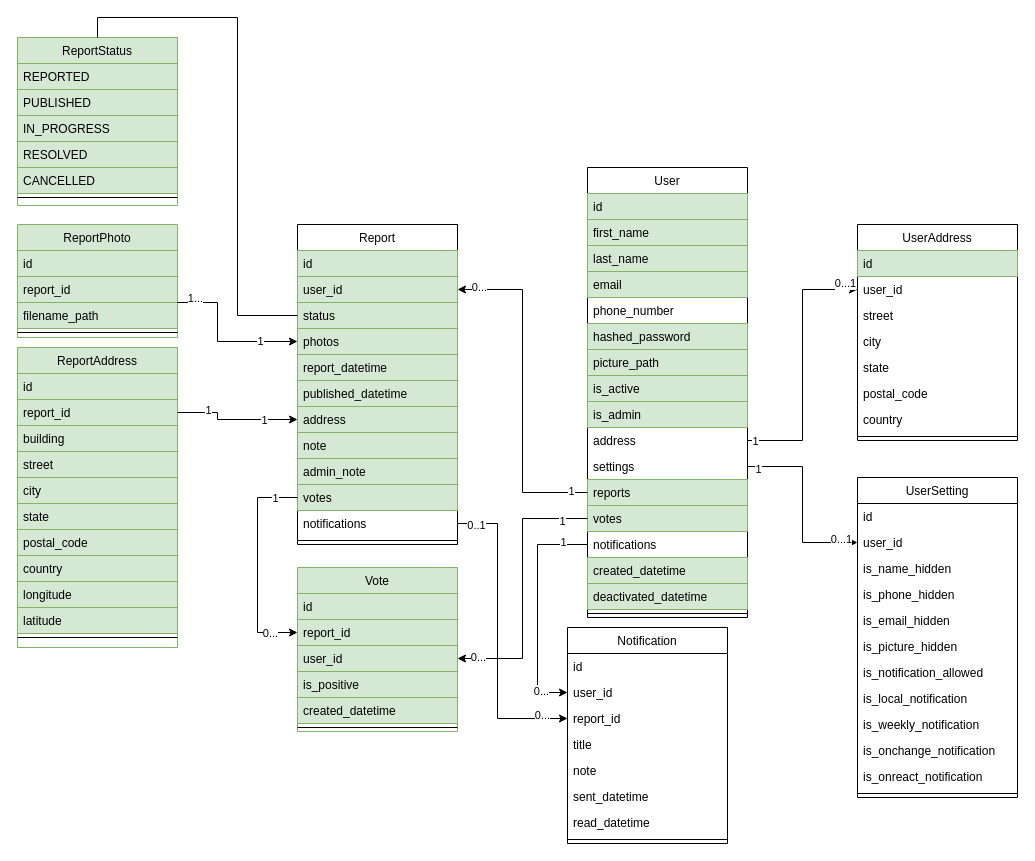
Before: backend/classes.drawio in Yessirskiy/MTAAProject25, a draw.io diagram. Source tidied: cells renumbered, new cells numbered last; positions are measured from the earlier drawing's top-left corner, leaving out a move shared by most shapes. Both pictures are drawn from the tidied source at 100%, with x=0, y=0 at pixel (17, 37).
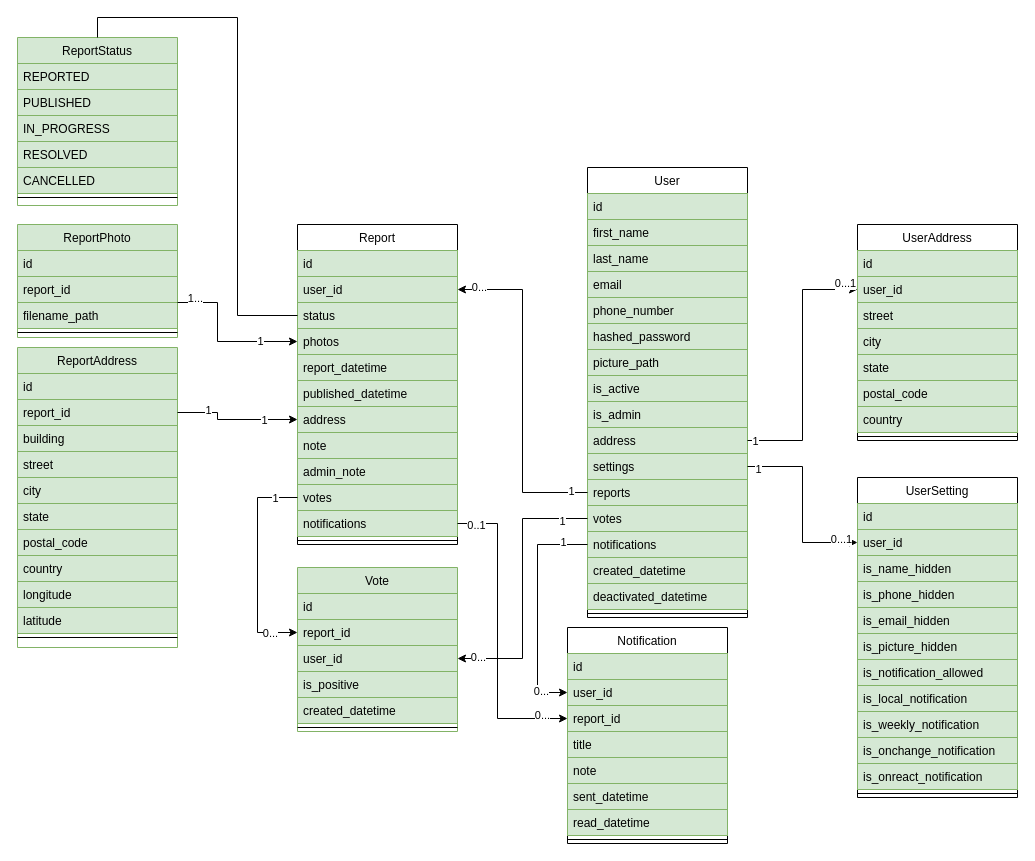
The same diagram, later.

Commit message (it also covers changes not shown here):
Added UserAddress, UserSettings and Notifications models and schemas and updated the user CRUD, also added a getSettings endpoint.

The change refers to these unchanged cells:
```xml
<mxCell id="2" value="User" style="swimlane;fontStyle=0;align=center;verticalAlign=top;horizontal=1;startSize=26;rounded=0;shadow=0;strokeWidth=1;" parent="1" vertex="1">
  <mxGeometry x="570" y="130" width="160" height="450" as="geometry" />
</mxCell>
<mxCell id="20" value="UserAddress" style="swimlane;fontStyle=0;align=center;verticalAlign=top;horizontal=1;startSize=26;rounded=0;shadow=0;strokeWidth=1;" parent="1" vertex="1">
  <mxGeometry x="840" y="187" width="160" height="216" as="geometry" />
</mxCell>
<mxCell id="32" value="UserSetting" style="swimlane;fontStyle=0;align=center;verticalAlign=top;horizontal=1;startSize=26;rounded=0;shadow=0;strokeWidth=1;" parent="1" vertex="1">
  <mxGeometry x="840" y="440" width="160" height="320" as="geometry" />
</mxCell>
<mxCell id="48" value="Report" style="swimlane;fontStyle=0;align=center;verticalAlign=top;horizontal=1;startSize=26;rounded=0;shadow=0;strokeWidth=1;" parent="1" vertex="1">
  <mxGeometry x="280" y="187" width="160" height="320" as="geometry" />
</mxCell>
<mxCell id="108" value="Notification" style="swimlane;fontStyle=0;align=center;verticalAlign=top;horizontal=1;startSize=26;rounded=0;shadow=0;strokeWidth=1;" parent="1" vertex="1">
  <mxGeometry x="550" y="590" width="160" height="216" as="geometry" />
</mxCell>
```

What changed in the source:
```diff
@@
-    <mxCell id="7" value="phone_number" style="text;align=left;verticalAlign=top;spacingLeft=4;spacingRight=4;overflow=hidden;rounded=0;shadow=0;html=0;" parent="2" vertex="1">
+    <mxCell id="7" value="phone_number" style="text;align=left;verticalAlign=top;spacingLeft=4;spacingRight=4;overflow=hidden;rounded=0;shadow=0;html=0;fillColor=#d5e8d4;strokeColor=#82b366;" parent="2" vertex="1">
       <mxGeometry y="130" width="160" height="26" as="geometry" />
     </mxCell>
@@
-    <mxCell id="12" value="address" style="text;align=left;verticalAlign=top;spacingLeft=4;spacingRight=4;overflow=hidden;points=[[0,0.5],[1,0.5]];portConstraint=eastwest;rounded=0;shadow=0;html=0;" parent="2" vertex="1">
+    <mxCell id="12" value="address" style="text;align=left;verticalAlign=top;spacingLeft=4;spacingRight=4;overflow=hidden;points=[[0,0.5],[1,0.5]];portConstraint=eastwest;rounded=0;shadow=0;html=0;fillColor=#d5e8d4;strokeColor=#82b366;" parent="2" vertex="1">
       <mxGeometry y="260" width="160" height="26" as="geometry" />
     </mxCell>
-    <mxCell id="13" value="settings" style="text;align=left;verticalAlign=top;spacingLeft=4;spacingRight=4;overflow=hidden;points=[[0,0.5],[1,0.5]];portConstraint=eastwest;rounded=0;shadow=0;html=0;" parent="2" vertex="1">
+    <mxCell id="13" value="settings" style="text;align=left;verticalAlign=top;spacingLeft=4;spacingRight=4;overflow=hidden;points=[[0,0.5],[1,0.5]];portConstraint=eastwest;rounded=0;shadow=0;html=0;fillColor=#d5e8d4;strokeColor=#82b366;" parent="2" vertex="1">
       <mxGeometry y="286" width="160" height="26" as="geometry" />
     </mxCell>
@@
-    <mxCell id="16" value="notifications" style="text;align=left;verticalAlign=top;spacingLeft=4;spacingRight=4;overflow=hidden;points=[[0,0.5],[1,0.5]];portConstraint=eastwest;rounded=0;shadow=0;html=0;" parent="2" vertex="1">
+    <mxCell id="16" value="notifications" style="text;align=left;verticalAlign=top;spacingLeft=4;spacingRight=4;overflow=hidden;points=[[0,0.5],[1,0.5]];portConstraint=eastwest;rounded=0;shadow=0;html=0;fillColor=#d5e8d4;strokeColor=#82b366;" parent="2" vertex="1">
       <mxGeometry y="364" width="160" height="26" as="geometry" />
     </mxCell>
@@
-    <mxCell id="22" value="user_id" style="text;align=left;verticalAlign=top;spacingLeft=4;spacingRight=4;overflow=hidden;points=[[0,0.5],[1,0.5]];portConstraint=eastwest;" parent="20" vertex="1">
+    <mxCell id="22" value="user_id" style="text;align=left;verticalAlign=top;spacingLeft=4;spacingRight=4;overflow=hidden;points=[[0,0.5],[1,0.5]];portConstraint=eastwest;fillColor=#d5e8d4;strokeColor=#82b366;" parent="20" vertex="1">
       <mxGeometry y="52" width="160" height="26" as="geometry" />
     </mxCell>
-    <mxCell id="23" value="street" style="text;align=left;verticalAlign=top;spacingLeft=4;spacingRight=4;overflow=hidden;" parent="20" vertex="1">
+    <mxCell id="23" value="street" style="text;align=left;verticalAlign=top;spacingLeft=4;spacingRight=4;overflow=hidden;fillColor=#d5e8d4;strokeColor=#82b366;" parent="20" vertex="1">
       <mxGeometry y="78" width="160" height="26" as="geometry" />
     </mxCell>
-    <mxCell id="24" value="city" style="text;align=left;verticalAlign=top;spacingLeft=4;spacingRight=4;overflow=hidden;rounded=0;shadow=0;html=0;" parent="20" vertex="1">
+    <mxCell id="24" value="city" style="text;align=left;verticalAlign=top;spacingLeft=4;spacingRight=4;overflow=hidden;rounded=0;shadow=0;html=0;fillColor=#d5e8d4;strokeColor=#82b366;" parent="20" vertex="1">
       <mxGeometry y="104" width="160" height="26" as="geometry" />
     </mxCell>
-    <mxCell id="25" value="state" style="text;align=left;verticalAlign=top;spacingLeft=4;spacingRight=4;overflow=hidden;rounded=0;shadow=0;html=0;" parent="20" vertex="1">
+    <mxCell id="25" value="state" style="text;align=left;verticalAlign=top;spacingLeft=4;spacingRight=4;overflow=hidden;rounded=0;shadow=0;html=0;fillColor=#d5e8d4;strokeColor=#82b366;" parent="20" vertex="1">
       <mxGeometry y="130" width="160" height="26" as="geometry" />
     </mxCell>
-    <mxCell id="26" value="postal_code" style="text;align=left;verticalAlign=top;spacingLeft=4;spacingRight=4;overflow=hidden;rounded=0;shadow=0;html=0;" parent="20" vertex="1">
+    <mxCell id="26" value="postal_code" style="text;align=left;verticalAlign=top;spacingLeft=4;spacingRight=4;overflow=hidden;rounded=0;shadow=0;html=0;fillColor=#d5e8d4;strokeColor=#82b366;" parent="20" vertex="1">
       <mxGeometry y="156" width="160" height="26" as="geometry" />
     </mxCell>
-    <mxCell id="27" value="country" style="text;align=left;verticalAlign=top;spacingLeft=4;spacingRight=4;overflow=hidden;rounded=0;shadow=0;html=0;" parent="20" vertex="1">
+    <mxCell id="27" value="country" style="text;align=left;verticalAlign=top;spacingLeft=4;spacingRight=4;overflow=hidden;rounded=0;shadow=0;html=0;fillColor=#d5e8d4;strokeColor=#82b366;" parent="20" vertex="1">
       <mxGeometry y="182" width="160" height="26" as="geometry" />
     </mxCell>
@@
-    <mxCell id="33" value="id" style="text;align=left;verticalAlign=top;spacingLeft=4;spacingRight=4;overflow=hidden;" parent="32" vertex="1">
+    <mxCell id="33" value="id" style="text;align=left;verticalAlign=top;spacingLeft=4;spacingRight=4;overflow=hidden;fillColor=#d5e8d4;strokeColor=#82b366;" parent="32" vertex="1">
       <mxGeometry y="26" width="160" height="26" as="geometry" />
     </mxCell>
-    <mxCell id="34" value="user_id" style="text;align=left;verticalAlign=top;spacingLeft=4;spacingRight=4;overflow=hidden;points=[[0,0.5],[1,0.5]];portConstraint=eastwest;" parent="32" vertex="1">
+    <mxCell id="34" value="user_id" style="text;align=left;verticalAlign=top;spacingLeft=4;spacingRight=4;overflow=hidden;points=[[0,0.5],[1,0.5]];portConstraint=eastwest;fillColor=#d5e8d4;strokeColor=#82b366;" parent="32" vertex="1">
       <mxGeometry y="52" width="160" height="26" as="geometry" />
     </mxCell>
-    <mxCell id="35" value="is_name_hidden" style="text;align=left;verticalAlign=top;spacingLeft=4;spacingRight=4;overflow=hidden;" parent="32" vertex="1">
+    <mxCell id="35" value="is_name_hidden" style="text;align=left;verticalAlign=top;spacingLeft=4;spacingRight=4;overflow=hidden;fillColor=#d5e8d4;strokeColor=#82b366;" parent="32" vertex="1">
       <mxGeometry y="78" width="160" height="26" as="geometry" />
     </mxCell>
-    <mxCell id="36" value="is_phone_hidden" style="text;align=left;verticalAlign=top;spacingLeft=4;spacingRight=4;overflow=hidden;" parent="32" vertex="1">
+    <mxCell id="36" value="is_phone_hidden" style="text;align=left;verticalAlign=top;spacingLeft=4;spacingRight=4;overflow=hidden;fillColor=#d5e8d4;strokeColor=#82b366;" parent="32" vertex="1">
       <mxGeometry y="104" width="160" height="26" as="geometry" />
     </mxCell>
-    <mxCell id="37" value="is_email_hidden" style="text;align=left;verticalAlign=top;spacingLeft=4;spacingRight=4;overflow=hidden;" parent="32" vertex="1">
+    <mxCell id="37" value="is_email_hidden" style="text;align=left;verticalAlign=top;spacingLeft=4;spacingRight=4;overflow=hidden;fillColor=#d5e8d4;strokeColor=#82b366;" parent="32" vertex="1">
       <mxGeometry y="130" width="160" height="26" as="geometry" />
     </mxCell>
-    <mxCell id="38" value="is_picture_hidden" style="text;align=left;verticalAlign=top;spacingLeft=4;spacingRight=4;overflow=hidden;" parent="32" vertex="1">
+    <mxCell id="38" value="is_picture_hidden" style="text;align=left;verticalAlign=top;spacingLeft=4;spacingRight=4;overflow=hidden;fillColor=#d5e8d4;strokeColor=#82b366;" parent="32" vertex="1">
       <mxGeometry y="156" width="160" height="26" as="geometry" />
     </mxCell>
-    <mxCell id="39" value="is_notification_allowed" style="text;align=left;verticalAlign=top;spacingLeft=4;spacingRight=4;overflow=hidden;" parent="32" vertex="1">
+    <mxCell id="39" value="is_notification_allowed" style="text;align=left;verticalAlign=top;spacingLeft=4;spacingRight=4;overflow=hidden;fillColor=#d5e8d4;strokeColor=#82b366;" parent="32" vertex="1">
       <mxGeometry y="182" width="160" height="26" as="geometry" />
     </mxCell>
-    <mxCell id="40" value="is_local_notification" style="text;align=left;verticalAlign=top;spacingLeft=4;spacingRight=4;overflow=hidden;" parent="32" vertex="1">
+    <mxCell id="40" value="is_local_notification" style="text;align=left;verticalAlign=top;spacingLeft=4;spacingRight=4;overflow=hidden;fillColor=#d5e8d4;strokeColor=#82b366;" parent="32" vertex="1">
       <mxGeometry y="208" width="160" height="26" as="geometry" />
     </mxCell>
-    <mxCell id="41" value="is_weekly_notification" style="text;align=left;verticalAlign=top;spacingLeft=4;spacingRight=4;overflow=hidden;" parent="32" vertex="1">
+    <mxCell id="41" value="is_weekly_notification" style="text;align=left;verticalAlign=top;spacingLeft=4;spacingRight=4;overflow=hidden;fillColor=#d5e8d4;strokeColor=#82b366;" parent="32" vertex="1">
       <mxGeometry y="234" width="160" height="26" as="geometry" />
     </mxCell>
-    <mxCell id="42" value="is_onchange_notification" style="text;align=left;verticalAlign=top;spacingLeft=4;spacingRight=4;overflow=hidden;" parent="32" vertex="1">
+    <mxCell id="42" value="is_onchange_notification" style="text;align=left;verticalAlign=top;spacingLeft=4;spacingRight=4;overflow=hidden;fillColor=#d5e8d4;strokeColor=#82b366;" parent="32" vertex="1">
       <mxGeometry y="260" width="160" height="26" as="geometry" />
     </mxCell>
-    <mxCell id="43" value="is_onreact_notification" style="text;align=left;verticalAlign=top;spacingLeft=4;spacingRight=4;overflow=hidden;" parent="32" vertex="1">
+    <mxCell id="43" value="is_onreact_notification" style="text;align=left;verticalAlign=top;spacingLeft=4;spacingRight=4;overflow=hidden;fillColor=#d5e8d4;strokeColor=#82b366;" parent="32" vertex="1">
       <mxGeometry y="286" width="160" height="26" as="geometry" />
     </mxCell>
@@
-    <mxCell id="59" value="notifications" style="text;align=left;verticalAlign=top;spacingLeft=4;spacingRight=4;overflow=hidden;points=[[0,0.5],[1,0.5]];portConstraint=eastwest;rounded=0;shadow=0;html=0;" parent="48" vertex="1">
+    <mxCell id="59" value="notifications" style="text;align=left;verticalAlign=top;spacingLeft=4;spacingRight=4;overflow=hidden;points=[[0,0.5],[1,0.5]];portConstraint=eastwest;rounded=0;shadow=0;html=0;fillColor=#d5e8d4;strokeColor=#82b366;" parent="48" vertex="1">
       <mxGeometry y="286" width="160" height="26" as="geometry" />
     </mxCell>
@@
-    <mxCell id="109" value="id" style="text;align=left;verticalAlign=top;spacingLeft=4;spacingRight=4;overflow=hidden;" parent="108" vertex="1">
+    <mxCell id="109" value="id" style="text;align=left;verticalAlign=top;spacingLeft=4;spacingRight=4;overflow=hidden;fillColor=#d5e8d4;strokeColor=#82b366;" parent="108" vertex="1">
       <mxGeometry y="26" width="160" height="26" as="geometry" />
     </mxCell>
-    <mxCell id="110" value="user_id" style="text;align=left;verticalAlign=top;spacingLeft=4;spacingRight=4;overflow=hidden;points=[[0,0.5],[1,0.5]];portConstraint=eastwest;" parent="108" vertex="1">
+    <mxCell id="110" value="user_id" style="text;align=left;verticalAlign=top;spacingLeft=4;spacingRight=4;overflow=hidden;points=[[0,0.5],[1,0.5]];portConstraint=eastwest;fillColor=#d5e8d4;strokeColor=#82b366;" parent="108" vertex="1">
       <mxGeometry y="52" width="160" height="26" as="geometry" />
     </mxCell>
-    <mxCell id="111" value="report_id" style="text;align=left;verticalAlign=top;spacingLeft=4;spacingRight=4;overflow=hidden;points=[[0,0.5],[1,0.5]];portConstraint=eastwest;" parent="108" vertex="1">
+    <mxCell id="111" value="report_id" style="text;align=left;verticalAlign=top;spacingLeft=4;spacingRight=4;overflow=hidden;points=[[0,0.5],[1,0.5]];portConstraint=eastwest;fillColor=#d5e8d4;strokeColor=#82b366;" parent="108" vertex="1">
       <mxGeometry y="78" width="160" height="26" as="geometry" />
     </mxCell>
-    <mxCell id="112" value="title" style="text;align=left;verticalAlign=top;spacingLeft=4;spacingRight=4;overflow=hidden;" parent="108" vertex="1">
+    <mxCell id="112" value="title" style="text;align=left;verticalAlign=top;spacingLeft=4;spacingRight=4;overflow=hidden;fillColor=#d5e8d4;strokeColor=#82b366;" parent="108" vertex="1">
       <mxGeometry y="104" width="160" height="26" as="geometry" />
     </mxCell>
-    <mxCell id="113" value="note" style="text;align=left;verticalAlign=top;spacingLeft=4;spacingRight=4;overflow=hidden;" parent="108" vertex="1">
+    <mxCell id="113" value="note" style="text;align=left;verticalAlign=top;spacingLeft=4;spacingRight=4;overflow=hidden;fillColor=#d5e8d4;strokeColor=#82b366;" parent="108" vertex="1">
       <mxGeometry y="130" width="160" height="26" as="geometry" />
     </mxCell>
-    <mxCell id="114" value="sent_datetime" style="text;align=left;verticalAlign=top;spacingLeft=4;spacingRight=4;overflow=hidden;" parent="108" vertex="1">
+    <mxCell id="114" value="sent_datetime" style="text;align=left;verticalAlign=top;spacingLeft=4;spacingRight=4;overflow=hidden;fillColor=#d5e8d4;strokeColor=#82b366;" parent="108" vertex="1">
       <mxGeometry y="156" width="160" height="26" as="geometry" />
     </mxCell>
-    <mxCell id="115" value="read_datetime" style="text;align=left;verticalAlign=top;spacingLeft=4;spacingRight=4;overflow=hidden;" parent="108" vertex="1">
+    <mxCell id="115" value="read_datetime" style="text;align=left;verticalAlign=top;spacingLeft=4;spacingRight=4;overflow=hidden;fillColor=#d5e8d4;strokeColor=#82b366;" parent="108" vertex="1">
       <mxGeometry y="182" width="160" height="26" as="geometry" />
     </mxCell>
```
